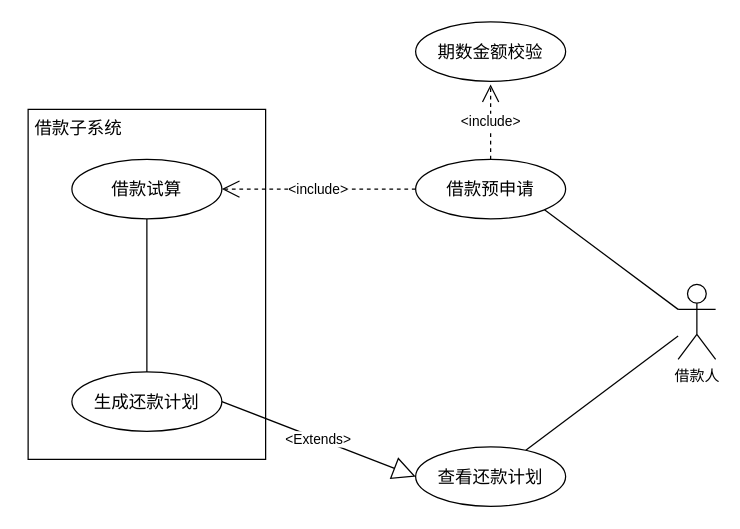
Before: 借款试算用例图.drawio in wuxiao-web/graduationThesis, a draw.io diagram. Source tidied: cells renumbered, new cells numbered last; positions are measured from the earlier drawing's top-left corner, leaving out a move shared by most shapes. Both pictures are drawn from the tidied source at 125%, with x=0, y=0 at pixel (21, 21).
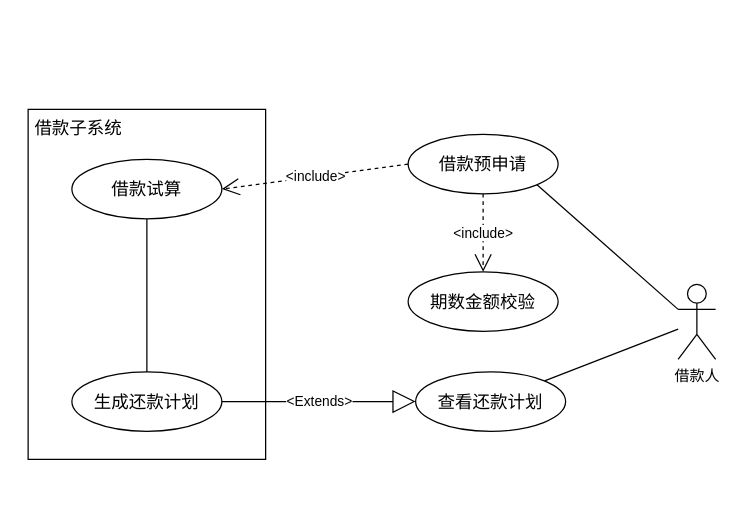
The same page after the edit.

Commit message:
更新借款试算用例图.drawio

Change to the diagram source:
```diff
@@
 <mxGraphModel>
   <root>
     <mxCell id="0" />
     <mxCell id="1" parent="0" />
     <mxCell id="2" style="html=1;whiteSpace=wrap;" parent="1" vertex="1">
       <mxGeometry x="5" y="70" width="190" height="280" as="geometry" />
     </mxCell>
     <mxCell id="3" value="&lt;font style=&quot;font-size: 14px;&quot;&gt;借款子系统&lt;/font&gt;" style="text;html=1;align=center;verticalAlign=middle;strokeColor=none;fillColor=none;" parent="1" vertex="1">
       <mxGeometry y="70" width="90" height="30" as="geometry" />
     </mxCell>
     <mxCell id="4" style="edgeStyle=orthogonalEdgeStyle;rounded=0;jettySize=auto;html=1;entryX=0.5;entryY=0;entryDx=0;entryDy=0;endArrow=none;endFill=0;" parent="1" edge="1" source="5" target="6">
       <mxGeometry relative="1" as="geometry" />
     </mxCell>
     <mxCell id="5" value="&lt;span style=&quot;font-size: 14px;&quot;&gt;借款试算&lt;/span&gt;" style="ellipse;whiteSpace=wrap;html=1;" parent="1" vertex="1">
       <mxGeometry x="40" y="110" width="120" height="47.5" as="geometry" />
     </mxCell>
     <mxCell id="6" value="&lt;span style=&quot;font-size: 14px;&quot;&gt;生成还款计划&lt;/span&gt;" style="ellipse;whiteSpace=wrap;html=1;" parent="1" vertex="1">
       <mxGeometry x="40" y="280" width="120" height="47.5" as="geometry" />
     </mxCell>
     <mxCell id="7" value="&lt;span style=&quot;font-size: 14px;&quot;&gt;查看还款计划&lt;/span&gt;" style="ellipse;whiteSpace=wrap;html=1;" parent="1" vertex="1">
-      <mxGeometry x="315" y="340" width="120" height="47.5" as="geometry" />
+      <mxGeometry x="315" y="280" width="120" height="47.5" as="geometry" />
     </mxCell>
     <mxCell id="8" style="rounded=0;jettySize=auto;html=1;endArrow=none;endFill=0;" parent="1" edge="1" source="10" target="7">
       <mxGeometry relative="1" as="geometry" />
     </mxCell>
     <mxCell id="9" style="rounded=0;jettySize=auto;html=1;entryX=1;entryY=1;entryDx=0;entryDy=0;exitX=0;exitY=0.3333333333333333;exitDx=0;exitDy=0;exitPerimeter=0;endArrow=none;endFill=0;" parent="1" edge="1" source="10" target="11">
       <mxGeometry relative="1" as="geometry" />
     </mxCell>
     <mxCell id="10" value="借款人" style="shape=umlActor;verticalLabelPosition=bottom;verticalAlign=top;html=1;" parent="1" vertex="1">
       <mxGeometry x="525" y="210" width="30" height="60" as="geometry" />
     </mxCell>
     <mxCell id="11" value="&lt;span style=&quot;font-size: 14px;&quot;&gt;借款预申请&lt;/span&gt;" style="ellipse;whiteSpace=wrap;html=1;" parent="1" vertex="1">
-      <mxGeometry x="315" y="110" width="120" height="47.5" as="geometry" />
+      <mxGeometry x="309" y="90" width="120" height="47.5" as="geometry" />
     </mxCell>
-    <mxCell id="12" value="&amp;lt;include&amp;gt;" style="endArrow=open;endSize=12;dashed=1;html=1;rounded=0;" parent="1" edge="1">
-      <mxGeometry relative="1" as="geometry">
-        <mxPoint x="375" y="110" as="sourcePoint" />
-        <mxPoint x="375" y="50" as="targetPoint" />
-      </mxGeometry>
+    <mxCell id="12" value="&amp;lt;include&amp;gt;" style="endArrow=open;endSize=12;dashed=1;html=1;rounded=0;exitX=0.5;exitY=1;exitDx=0;exitDy=0;" parent="1" edge="1" source="11" target="13">
+      <mxGeometry relative="1" as="geometry" />
     </mxCell>
-    <mxCell id="13" value="&lt;span style=&quot;font-size: 14px;&quot;&gt;期数金额校验&lt;/span&gt;" style="ellipse;whiteSpace=wrap;html=1;" parent="1" vertex="1">
-      <mxGeometry x="315" width="120" height="47.5" as="geometry" />
-    </mxCell>
     <mxCell id="14" value="&amp;lt;Extends&amp;gt;" style="endArrow=block;endSize=16;endFill=0;html=1;rounded=0;entryX=0;entryY=0.5;entryDx=0;entryDy=0;exitX=1;exitY=0.5;exitDx=0;exitDy=0;" parent="1" edge="1" source="6" target="7">
       <mxGeometry relative="1" as="geometry" />
     </mxCell>
     <mxCell id="15" value="&amp;lt;include&amp;gt;" style="endArrow=open;endSize=12;dashed=1;html=1;rounded=0;entryX=1;entryY=0.5;entryDx=0;entryDy=0;exitX=0;exitY=0.5;exitDx=0;exitDy=0;" parent="1" edge="1" source="11" target="5">
       <mxGeometry relative="1" as="geometry" />
     </mxCell>
+    <mxCell id="13" value="&lt;span style=&quot;font-size: 14px;&quot;&gt;期数金额校验&lt;/span&gt;" style="ellipse;whiteSpace=wrap;html=1;" parent="1" vertex="1">
+      <mxGeometry x="309" y="200" width="120" height="47.5" as="geometry" />
+    </mxCell>
   </root>
 </mxGraphModel>
```
